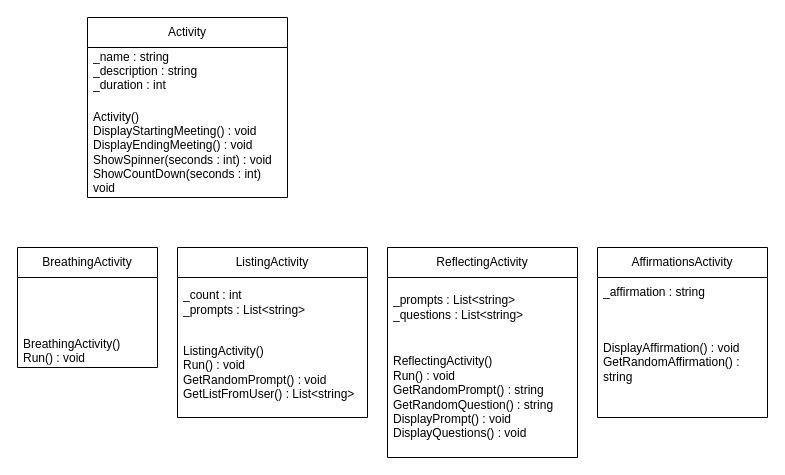
Earlier version of the draw.io diagram week05/Mindfulness/Activity.drawio (DJMcMahon31/CSE210-projects). Source tidied: cells renumbered, new cells numbered last; positions are measured from the earlier drawing's top-left corner, leaving out a move shared by most shapes. Both pictures are drawn from the tidied source at 100%, with x=0, y=0 at pixel (17, 17).
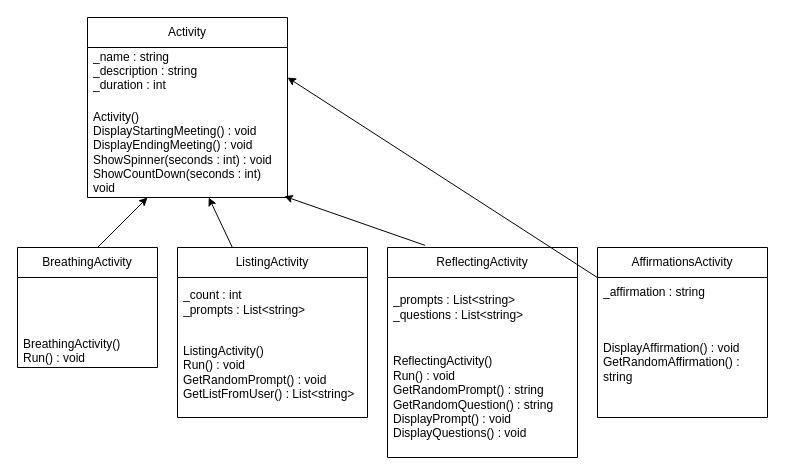
Above is the later version.

Commit message (it also covers changes not shown here):
added arrows to Activity.Drawio. renamed ListeningActivity.cs to ListingActivity.cs. Added to code in the Activity.cs class file

Unchanged cells that the change refers to:
```xml
<mxCell id="3" value="_name : string&lt;div&gt;_description : string&lt;/div&gt;&lt;div&gt;_duration : int&lt;/div&gt;&lt;div&gt;&lt;br&gt;&lt;/div&gt;" style="text;strokeColor=none;fillColor=none;align=left;verticalAlign=middle;spacingLeft=4;spacingRight=4;overflow=hidden;points=[[0,0.5],[1,0.5]];portConstraint=eastwest;whiteSpace=wrap;html=1;" parent="2" vertex="1">
  <mxGeometry y="30" width="200" height="60" as="geometry" />
</mxCell>
<mxCell id="4" value="Activity()&lt;div&gt;DisplayStartingMeeting() : void&lt;/div&gt;&lt;div&gt;DisplayEndingMeeting() : void&lt;/div&gt;&lt;div&gt;ShowSpinner(seconds : int) : void&lt;/div&gt;&lt;div&gt;ShowCountDown(seconds : int) void&lt;/div&gt;" style="text;strokeColor=none;fillColor=none;align=left;verticalAlign=middle;spacingLeft=4;spacingRight=4;overflow=hidden;points=[[0,0.5],[1,0.5]];portConstraint=eastwest;whiteSpace=wrap;html=1;" parent="2" vertex="1">
  <mxGeometry y="90" width="200" height="90" as="geometry" />
</mxCell>
<mxCell id="7" value="ListingActivity" style="swimlane;fontStyle=0;horizontal=1;startSize=30;whiteSpace=wrap;html=1;" parent="1" vertex="1">
  <mxGeometry x="160" y="230" width="190" height="170" as="geometry" />
</mxCell>
<mxCell id="10" value="ReflectingActivity" style="swimlane;fontStyle=0;horizontal=1;startSize=30;whiteSpace=wrap;html=1;" parent="1" vertex="1">
  <mxGeometry x="370" y="230" width="190" height="210" as="geometry" />
</mxCell>
<mxCell id="13" value="AffirmationsActivity" style="swimlane;fontStyle=0;horizontal=1;startSize=30;whiteSpace=wrap;html=1;" parent="1" vertex="1">
  <mxGeometry x="580" y="230" width="170" height="170" as="geometry" />
</mxCell>
```

Change to the diagram source:
```diff
@@
+    <mxCell id="16" style="edgeStyle=none;html=1;" parent="1" edge="1" source="7" target="4">
+      <mxGeometry relative="1" as="geometry" />
+    </mxCell>
@@
+    <mxCell id="17" style="edgeStyle=none;html=1;entryX=1;entryY=0.5;entryDx=0;entryDy=0;" parent="1" edge="1" source="13" target="3">
+      <mxGeometry relative="1" as="geometry" />
+    </mxCell>
@@
+    <mxCell id="18" style="endArrow=classic;html=1;" parent="1" edge="1">
+      <mxGeometry relative="1" as="geometry">
+        <mxPoint x="80" y="230" as="sourcePoint" />
+        <mxPoint x="130" y="180" as="targetPoint" />
+      </mxGeometry>
+    </mxCell>
+    <mxCell id="19" style="edgeStyle=none;html=1;exitX=0.198;exitY=-0.01;exitDx=0;exitDy=0;exitPerimeter=0;entryX=0.984;entryY=0.986;entryDx=0;entryDy=0;entryPerimeter=0;" parent="1" edge="1" source="10" target="4">
+      <mxGeometry relative="1" as="geometry" />
+    </mxCell>
```
